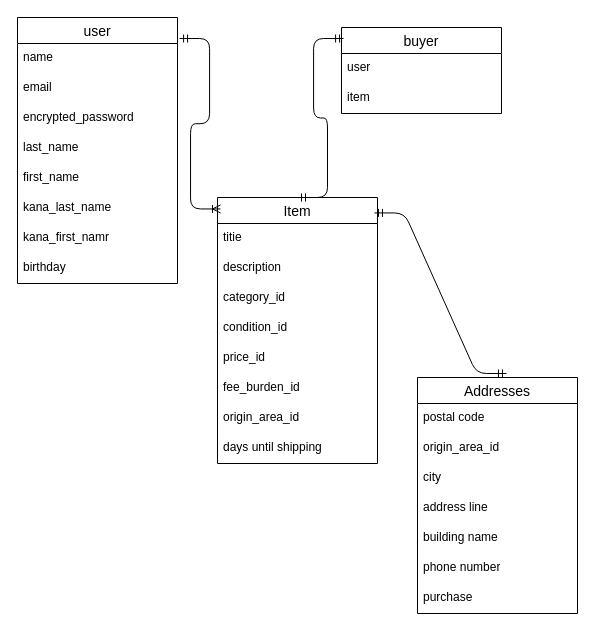
The draw.io diagram test.dio in nadatecoco/furima-42115, before the edit. Source tidied: cells renumbered, new cells numbered last; positions are measured from the earlier drawing's top-left corner, leaving out a move shared by most shapes. Both pictures are drawn from the tidied source at 100%, with x=0, y=0 at pixel (17, 17).
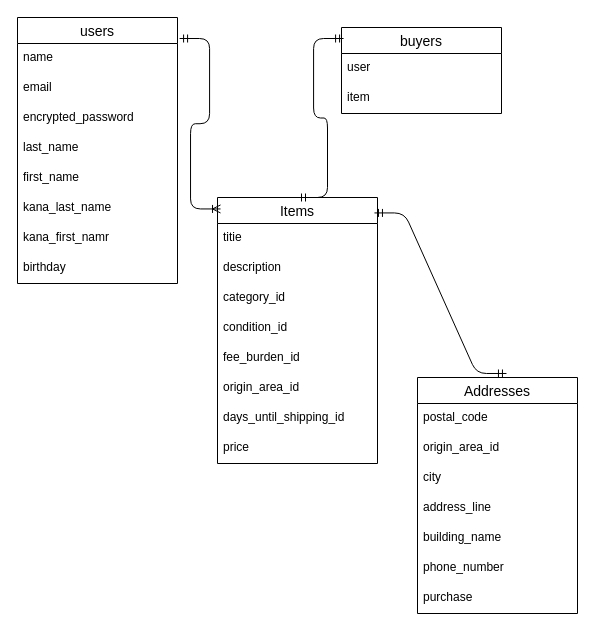
The same diagram, later.

Unchanged cells that the change refers to:
```xml
<mxCell id="11" value="Addresses" style="swimlane;fontStyle=0;horizontal=1;startSize=26;align=center;fontSize=14;" parent="1" vertex="1">
  <mxGeometry x="400" y="360" width="160" height="236" as="geometry" />
</mxCell>
```

Change to the diagram source:
```diff
@@
-    <mxCell id="2" value="user" style="swimlane;fontStyle=0;horizontal=1;startSize=26;align=center;fontSize=14;" parent="1" vertex="1">
+    <mxCell id="2" value="users" style="swimlane;fontStyle=0;horizontal=1;startSize=26;align=center;fontSize=14;" parent="1" vertex="1">
       <mxGeometry width="160" height="266" as="geometry" />
     </mxCell>
@@
-    <mxCell id="12" value="postal code" style="text;strokeColor=none;fillColor=none;spacingLeft=4;spacingRight=4;overflow=hidden;fontSize=12;whiteSpace=wrap;html=1;" parent="11" vertex="1">
+    <mxCell id="12" value="postal_code" style="text;strokeColor=none;fillColor=none;spacingLeft=4;spacingRight=4;overflow=hidden;fontSize=12;whiteSpace=wrap;html=1;" parent="11" vertex="1">
       <mxGeometry y="26" width="160" height="30" as="geometry" />
     </mxCell>
@@
-    <mxCell id="15" value="address line" style="text;strokeColor=none;fillColor=none;spacingLeft=4;spacingRight=4;overflow=hidden;fontSize=12;whiteSpace=wrap;html=1;" parent="11" vertex="1">
+    <mxCell id="15" value="address_line" style="text;strokeColor=none;fillColor=none;spacingLeft=4;spacingRight=4;overflow=hidden;fontSize=12;whiteSpace=wrap;html=1;" parent="11" vertex="1">
       <mxGeometry y="116" width="160" height="30" as="geometry" />
     </mxCell>
-    <mxCell id="16" value="building name" style="text;strokeColor=none;fillColor=none;spacingLeft=4;spacingRight=4;overflow=hidden;fontSize=12;whiteSpace=wrap;html=1;" parent="11" vertex="1">
+    <mxCell id="16" value="building_name" style="text;strokeColor=none;fillColor=none;spacingLeft=4;spacingRight=4;overflow=hidden;fontSize=12;whiteSpace=wrap;html=1;" parent="11" vertex="1">
       <mxGeometry y="146" width="160" height="30" as="geometry" />
     </mxCell>
-    <mxCell id="17" value="phone number" style="text;strokeColor=none;fillColor=none;spacingLeft=4;spacingRight=4;overflow=hidden;fontSize=12;whiteSpace=wrap;html=1;" parent="11" vertex="1">
+    <mxCell id="17" value="phone_number" style="text;strokeColor=none;fillColor=none;spacingLeft=4;spacingRight=4;overflow=hidden;fontSize=12;whiteSpace=wrap;html=1;" parent="11" vertex="1">
       <mxGeometry y="176" width="160" height="30" as="geometry" />
     </mxCell>
@@
-    <mxCell id="19" value="buyer" style="swimlane;fontStyle=0;horizontal=1;startSize=26;align=center;fontSize=14;" parent="1" vertex="1">
+    <mxCell id="19" value="buyers" style="swimlane;fontStyle=0;horizontal=1;startSize=26;align=center;fontSize=14;" parent="1" vertex="1">
       <mxGeometry x="324" y="10" width="160" height="86" as="geometry" />
     </mxCell>
@@
-    <mxCell id="22" value="Item" style="swimlane;fontStyle=0;horizontal=1;startSize=26;align=center;fontSize=14;" parent="1" vertex="1">
+    <mxCell id="22" value="Items" style="swimlane;fontStyle=0;horizontal=1;startSize=26;align=center;fontSize=14;" parent="1" vertex="1">
       <mxGeometry x="200" y="180" width="160" height="266" as="geometry" />
     </mxCell>
@@
-    <mxCell id="27" value="price_id&lt;div&gt;&lt;br&gt;&lt;/div&gt;" style="text;strokeColor=none;fillColor=none;spacingLeft=4;spacingRight=4;overflow=hidden;fontSize=12;whiteSpace=wrap;html=1;" parent="22" vertex="1">
-      <mxGeometry y="146" width="160" height="30" as="geometry" />
-    </mxCell>
     <mxCell id="28" value="fee_burden_id" style="text;strokeColor=none;fillColor=none;spacingLeft=4;spacingRight=4;overflow=hidden;fontSize=12;whiteSpace=wrap;html=1;" parent="22" vertex="1">
-      <mxGeometry y="176" width="160" height="30" as="geometry" />
+      <mxGeometry y="146" width="160" height="30" as="geometry" />
     </mxCell>
     <mxCell id="29" value="&lt;span style=&quot;color: rgb(0, 0, 0);&quot;&gt;origin_area_id&lt;/span&gt;" style="text;strokeColor=none;fillColor=none;spacingLeft=4;spacingRight=4;overflow=hidden;fontSize=12;whiteSpace=wrap;html=1;" parent="22" vertex="1">
-      <mxGeometry y="206" width="160" height="30" as="geometry" />
+      <mxGeometry y="176" width="160" height="30" as="geometry" />
     </mxCell>
-    <mxCell id="30" value="days until shipping" style="text;strokeColor=none;fillColor=none;spacingLeft=4;spacingRight=4;overflow=hidden;fontSize=12;whiteSpace=wrap;html=1;" parent="22" vertex="1">
-      <mxGeometry y="236" width="160" height="30" as="geometry" />
+    <mxCell id="30" value="days_until_shipping_id" style="text;strokeColor=none;fillColor=none;spacingLeft=4;spacingRight=4;overflow=hidden;fontSize=12;whiteSpace=wrap;html=1;" parent="22" vertex="1">
+      <mxGeometry y="206" width="160" height="30" as="geometry" />
     </mxCell>
+    <mxCell id="34" value="price" style="text;strokeColor=none;fillColor=none;spacingLeft=4;spacingRight=4;overflow=hidden;fontSize=12;whiteSpace=wrap;html=1;" parent="22" vertex="1">
+      <mxGeometry y="236" width="160" height="30" as="geometry" />
+    </mxCell>
```
